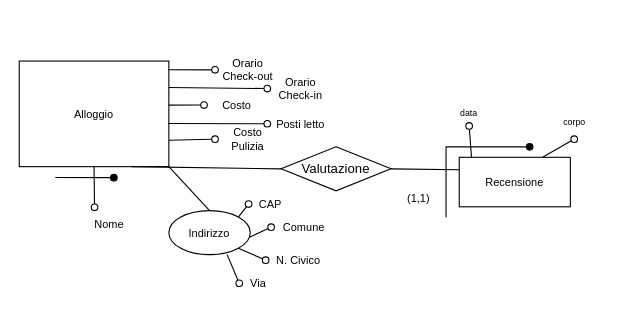
Above: page "Page-5" (5 of 16) of ER.drawio in eduardz1/Home-Booking (draw.io), before the change. Source tidied: cells renumbered, new cells numbered last; positions are measured from the earlier drawing's top-left corner, leaving out a move shared by most shapes. Both pictures are drawn from the tidied source at 110%, with x=0, y=0 at pixel (19, 53).
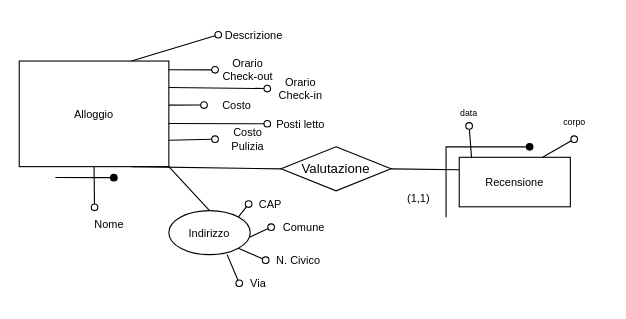
After the change.

The change refers to these unchanged cells:
```xml
<mxCell id="2" value="&lt;font style=&quot;font-size: 10px;&quot;&gt;Alloggio&lt;/font&gt;" style="rounded=0;whiteSpace=wrap;html=1;fontSize=10;" parent="1" vertex="1">
  <mxGeometry y="7" width="136" height="96" as="geometry" />
</mxCell>
```

Diff of the diagram source:
```diff
@@
+    <mxCell id="41" value="Descrizione" style="text;html=1;strokeColor=none;fillColor=none;align=center;verticalAlign=middle;whiteSpace=wrap;rounded=0;labelBackgroundColor=none;labelBorderColor=none;fontSize=10;" parent="1" vertex="1">
+      <mxGeometry x="180.9" y="-31.9" width="65" height="30" as="geometry" />
+    </mxCell>
+    <mxCell id="42" style="endArrow=none;html=1;rounded=0;align=center;verticalAlign=top;endFill=0;labelBackgroundColor=none;endSize=6;startArrow=oval;startFill=0;fontSize=10;fillColor=none;exitX=0;exitY=0.5;exitDx=0;exitDy=0;entryX=0.75;entryY=0;entryDx=0;entryDy=0;" parent="1" edge="1" source="41" target="2">
+      <mxGeometry relative="1" as="geometry" />
+    </mxCell>
```
